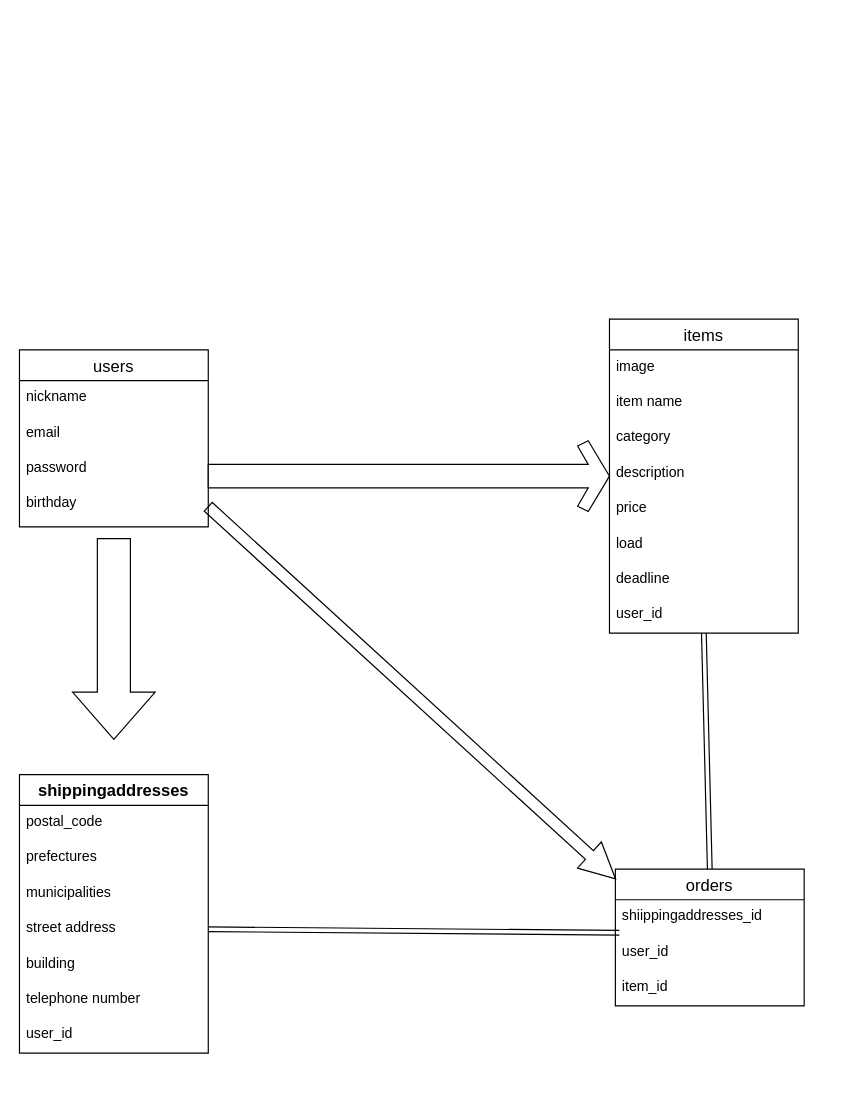
Earlier version of the draw.io diagram .dio (Banyan083214/furima-40391). Source tidied: cells renumbered, new cells numbered last; positions are measured from the earlier drawing's top-left corner, leaving out a move shared by most shapes. Both pictures are drawn from the tidied source at 118%, with x=0, y=0 at pixel (19, 319).
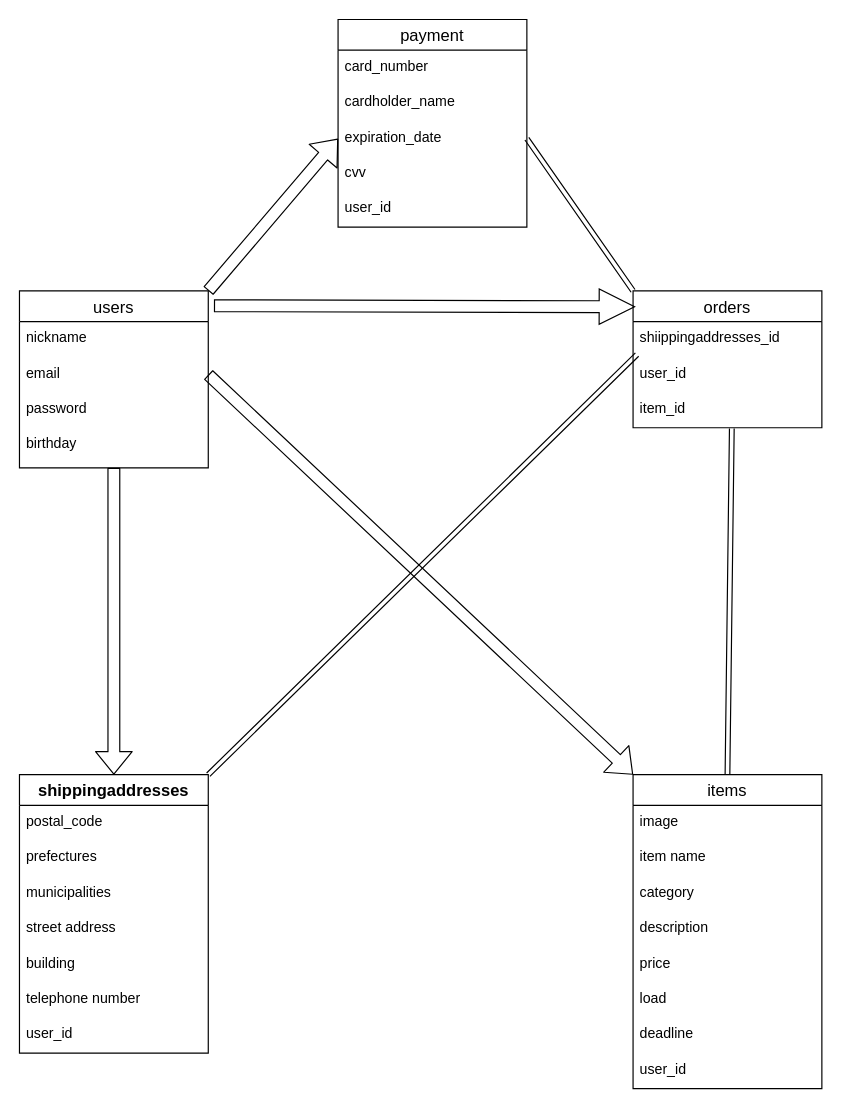
The same page after the edit.

Commit message (it also covers changes not shown here):
支払い方法テーブルを追加

Unchanged cells that the change refers to:
```xml
<mxCell id="4" value="email" style="text;strokeColor=none;fillColor=none;spacingLeft=4;spacingRight=4;overflow=hidden;points=[[0,0.5],[1,0.5]];portConstraint=eastwest;fontSize=12;" parent="2" vertex="1">
  <mxGeometry y="56" width="160" height="30" as="geometry" />
</mxCell>
<mxCell id="6" value="birthday" style="text;strokeColor=none;fillColor=none;spacingLeft=4;spacingRight=4;overflow=hidden;points=[[0,0.5],[1,0.5]];portConstraint=eastwest;fontSize=12;" parent="2" vertex="1">
  <mxGeometry y="116" width="160" height="34" as="geometry" />
</mxCell>
<mxCell id="16" value="shippingaddresses" style="swimlane;fontStyle=1;horizontal=1;startSize=26;align=center;fontSize=14;" parent="1" vertex="1">
  <mxGeometry y="386" width="160" height="236" as="geometry" />
</mxCell>
<mxCell id="20" value="street address" style="text;strokeColor=none;fillColor=none;spacingLeft=4;spacingRight=4;overflow=hidden;points=[[0,0.5],[1,0.5]];portConstraint=eastwest;fontSize=12;" parent="16" vertex="1">
  <mxGeometry y="116" width="160" height="30" as="geometry" />
</mxCell>
<mxCell id="26" value="user_id" style="text;strokeColor=none;fillColor=none;spacingLeft=4;spacingRight=4;overflow=hidden;points=[[0,0.5],[1,0.5]];portConstraint=eastwest;fontSize=12;" parent="24" vertex="1">
  <mxGeometry y="56" width="160" height="30" as="geometry" />
</mxCell>
<mxCell id="27" value="item_id" style="text;strokeColor=none;fillColor=none;spacingLeft=4;spacingRight=4;overflow=hidden;points=[[0,0.5],[1,0.5]];portConstraint=eastwest;fontSize=12;" parent="24" vertex="1">
  <mxGeometry y="86" width="160" height="30" as="geometry" />
</mxCell>
```

The edit, as a diff of the source:
```diff
@@
+    <mxCell id="33" style="edgeStyle=none;html=1;exitX=1;exitY=0;exitDx=0;exitDy=0;entryX=0;entryY=0.5;entryDx=0;entryDy=0;shape=flexArrow;" parent="1" edge="1" source="2" target="39">
+      <mxGeometry relative="1" as="geometry" />
+    </mxCell>
     <mxCell id="2" value="users" style="swimlane;fontStyle=0;horizontal=1;startSize=26;align=center;fontSize=14;" parent="1" vertex="1">
-      <mxGeometry y="26" width="160" height="150" as="geometry" />
+      <mxGeometry y="-24" width="160" height="150" as="geometry" />
     </mxCell>
@@
     <mxCell id="7" value="items" style="swimlane;fontStyle=0;horizontal=1;startSize=26;align=center;fontSize=14;" parent="1" vertex="1">
-      <mxGeometry x="500" width="160" height="266" as="geometry" />
+      <mxGeometry x="520" y="386" width="160" height="266" as="geometry" />
     </mxCell>
@@
     <mxCell id="24" value="orders" style="swimlane;fontStyle=0;horizontal=1;startSize=26;align=center;fontSize=14;" parent="1" vertex="1">
-      <mxGeometry x="505" y="466" width="160" height="116" as="geometry" />
+      <mxGeometry x="520" y="-24" width="160" height="116" as="geometry" />
     </mxCell>
@@
-    <mxCell id="28" style="html=1;shadow=0;dashed=0;align=center;verticalAlign=middle;shape=mxgraph.arrows2.sharpArrow2;dy1=0.67;dx1=18;dx2=18;dy3=0.15;dx3=27;notch=0;" parent="1" vertex="1">
-      <mxGeometry x="160" y="103" width="340" height="60" as="geometry" />
-    </mxCell>
-    <mxCell id="29" style="html=1;shadow=0;dashed=0;align=center;verticalAlign=middle;shape=mxgraph.arrows2.arrow;dy=0.6;dx=40;direction=south;notch=0;" parent="1" vertex="1">
-      <mxGeometry x="45" y="186" width="70" height="170" as="geometry" />
-    </mxCell>
-    <mxCell id="30" style="shape=link;html=1;entryX=0.5;entryY=0;entryDx=0;entryDy=0;" parent="1" edge="1" target="24">
-      <mxGeometry relative="1" as="geometry">
-        <mxPoint x="580" y="266" as="sourcePoint" />
-      </mxGeometry>
+    <mxCell id="30" style="shape=link;html=1;entryX=0.523;entryY=1.02;entryDx=0;entryDy=0;entryPerimeter=0;exitX=0.5;exitY=0;exitDx=0;exitDy=0;" parent="1" edge="1" source="7" target="27">
+      <mxGeometry relative="1" as="geometry" />
     </mxCell>
-    <mxCell id="31" style="edgeStyle=none;html=1;exitX=1;exitY=0.5;exitDx=0;exitDy=0;entryX=0.001;entryY=0.072;entryDx=0;entryDy=0;entryPerimeter=0;shape=arrow;" parent="1" edge="1" source="6" target="24">
+    <mxCell id="31" style="edgeStyle=none;html=1;exitX=1.033;exitY=0.084;exitDx=0;exitDy=0;entryX=0.008;entryY=0.116;entryDx=0;entryDy=0;entryPerimeter=0;shape=arrow;exitPerimeter=0;" parent="1" edge="1" source="2" target="24">
       <mxGeometry relative="1" as="geometry" />
     </mxCell>
-    <mxCell id="32" style="edgeStyle=none;html=1;exitX=1;exitY=0.5;exitDx=0;exitDy=0;entryX=0.021;entryY=-0.067;entryDx=0;entryDy=0;entryPerimeter=0;shape=link;" parent="1" edge="1" source="20" target="26">
+    <mxCell id="32" style="edgeStyle=none;html=1;exitX=1;exitY=0;exitDx=0;exitDy=0;entryX=0.021;entryY=-0.067;entryDx=0;entryDy=0;entryPerimeter=0;shape=link;" parent="1" edge="1" source="16" target="26">
       <mxGeometry relative="1" as="geometry" />
     </mxCell>
+    <mxCell id="34" style="edgeStyle=none;shape=flexArrow;html=1;entryX=0.5;entryY=0;entryDx=0;entryDy=0;" parent="1" edge="1" source="6" target="16">
+      <mxGeometry relative="1" as="geometry" />
+    </mxCell>
+    <mxCell id="35" style="edgeStyle=none;shape=flexArrow;html=1;exitX=1;exitY=0.5;exitDx=0;exitDy=0;entryX=0;entryY=0;entryDx=0;entryDy=0;" parent="1" edge="1" source="4" target="7">
+      <mxGeometry relative="1" as="geometry" />
+    </mxCell>
+    <mxCell id="36" value="payment" style="swimlane;fontStyle=0;horizontal=1;startSize=26;align=center;fontSize=14;" parent="1" vertex="1">
+      <mxGeometry x="270" y="-254" width="160" height="176" as="geometry" />
+    </mxCell>
+    <mxCell id="37" value="card_number" style="text;strokeColor=none;fillColor=none;spacingLeft=4;spacingRight=4;overflow=hidden;fontSize=12;" parent="36" vertex="1">
+      <mxGeometry y="26" width="160" height="30" as="geometry" />
+    </mxCell>
+    <mxCell id="38" value="cardholder_name" style="text;strokeColor=none;fillColor=none;spacingLeft=4;spacingRight=4;overflow=hidden;fontSize=12;" parent="36" vertex="1">
+      <mxGeometry y="56" width="160" height="30" as="geometry" />
+    </mxCell>
+    <mxCell id="39" value="expiration_date" style="text;strokeColor=none;fillColor=none;spacingLeft=4;spacingRight=4;overflow=hidden;points=[[0,0.5],[1,0.5]];portConstraint=eastwest;fontSize=12;" parent="36" vertex="1">
+      <mxGeometry y="86" width="160" height="30" as="geometry" />
+    </mxCell>
+    <mxCell id="40" value="cvv" style="text;strokeColor=none;fillColor=none;spacingLeft=4;spacingRight=4;overflow=hidden;fontSize=12;" parent="36" vertex="1">
+      <mxGeometry y="116" width="160" height="30" as="geometry" />
+    </mxCell>
+    <mxCell id="41" value="user_id" style="text;strokeColor=none;fillColor=none;spacingLeft=4;spacingRight=4;overflow=hidden;fontSize=12;" parent="36" vertex="1">
+      <mxGeometry y="146" width="160" height="30" as="geometry" />
+    </mxCell>
+    <mxCell id="42" style="edgeStyle=none;shape=link;html=1;exitX=1;exitY=0.5;exitDx=0;exitDy=0;entryX=0;entryY=0;entryDx=0;entryDy=0;" parent="1" edge="1" source="39" target="24">
+      <mxGeometry relative="1" as="geometry" />
+    </mxCell>
```
